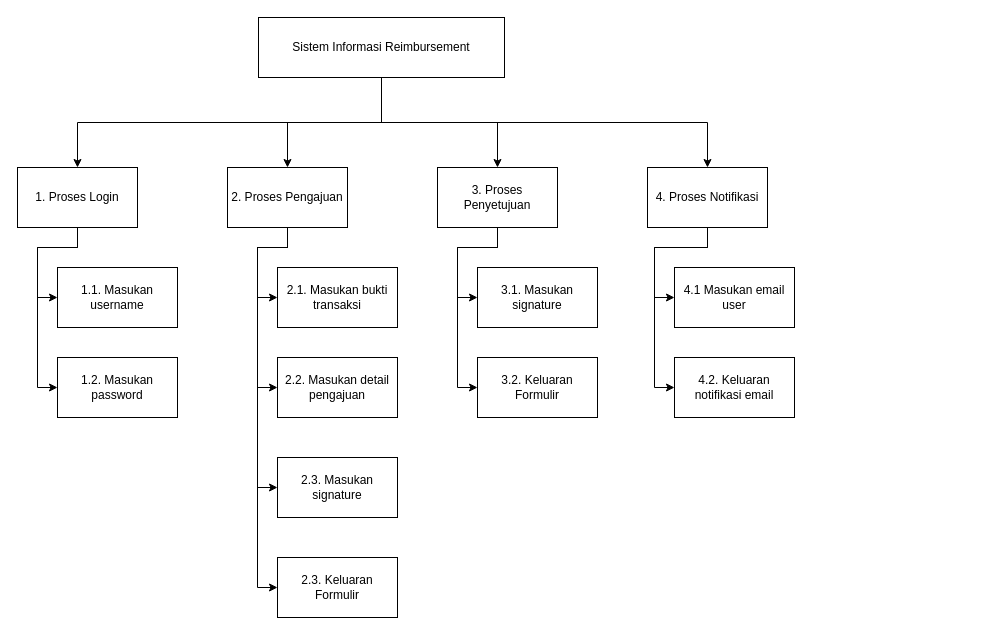
Earlier version of the draw.io diagram dekomposisi-function.drawio (raflialkindhi/graph-save). Source tidied: cells renumbered, new cells numbered last; positions are measured from the earlier drawing's top-left corner, leaving out a move shared by most shapes. Both pictures are drawn from the tidied source at 100%, with x=0, y=0 at pixel (17, 17).
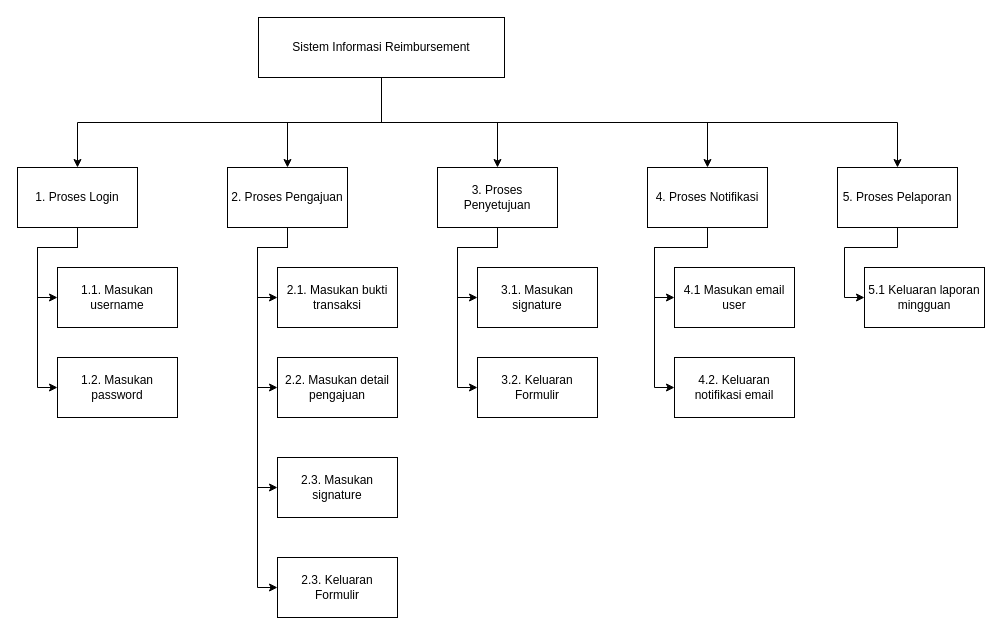
Above is the later version.

The change refers to these unchanged cells:
```xml
<mxCell id="6" value="Sistem Informasi Reimbursement" style="rounded=0;whiteSpace=wrap;html=1;" parent="1" vertex="1">
  <mxGeometry x="241" width="246" height="60" as="geometry" />
</mxCell>
```

Change to the diagram source:
```diff
@@
+    <mxCell id="31" style="edgeStyle=orthogonalEdgeStyle;rounded=0;jettySize=auto;html=1;exitX=0.5;exitY=1;exitDx=0;exitDy=0;entryX=0.5;entryY=0;entryDx=0;entryDy=0;" parent="1" edge="1" source="6" target="33">
+      <mxGeometry relative="1" as="geometry" />
+    </mxCell>
@@
+    <mxCell id="32" style="edgeStyle=orthogonalEdgeStyle;rounded=0;jettySize=auto;html=1;exitX=0.5;exitY=1;exitDx=0;exitDy=0;entryX=0;entryY=0.5;entryDx=0;entryDy=0;" parent="1" edge="1" source="33" target="34">
+      <mxGeometry relative="1" as="geometry" />
+    </mxCell>
+    <mxCell id="33" value="5. Proses Pelaporan" style="rounded=0;whiteSpace=wrap;html=1;" parent="1" vertex="1">
+      <mxGeometry x="820" y="150" width="120" height="60" as="geometry" />
+    </mxCell>
+    <mxCell id="34" value="5.1 Keluaran laporan mingguan" style="whiteSpace=wrap;html=1;rounded=0;" parent="1" vertex="1">
+      <mxGeometry x="847" y="250" width="120" height="60" as="geometry" />
+    </mxCell>
```
